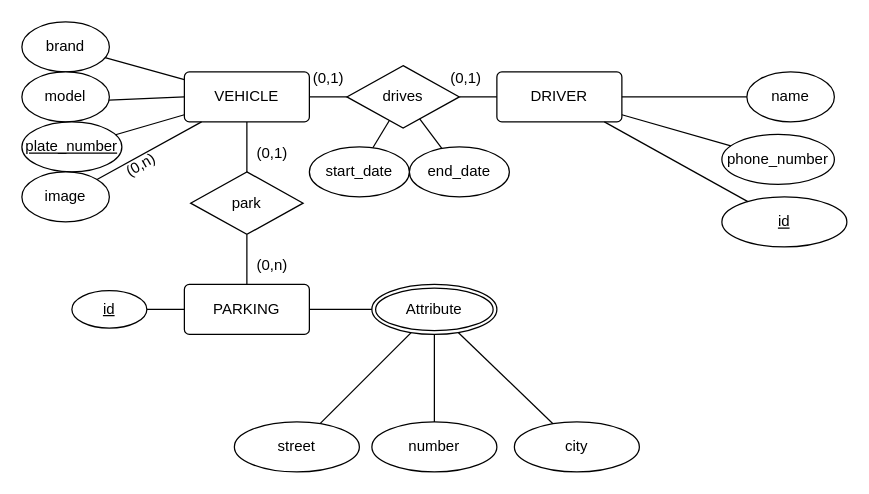
This is misc/ejercicio_2.drawio from GreenyHat/PHPDiwesLab, a draw.io file, before an edit. Source tidied: cells renumbered, new cells numbered last; positions are measured from the earlier drawing's top-left corner, leaving out a move shared by most shapes. Both pictures are drawn from the tidied source at 125%, with x=0, y=0 at pixel (21, 21).
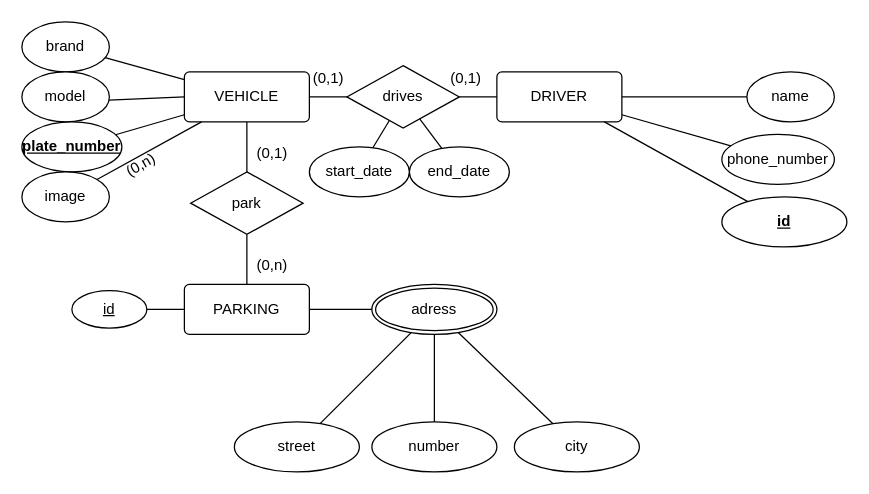
The same page after the edit.

Change to the diagram source:
```diff
@@
-    <mxCell id="7" value="&lt;u&gt;plate_number&lt;/u&gt;" style="ellipse;whiteSpace=wrap;html=1;align=center;" parent="1" vertex="1">
+    <mxCell id="7" value="&lt;u&gt;&lt;b&gt;plate_number&lt;/b&gt;&lt;/u&gt;" style="ellipse;whiteSpace=wrap;html=1;align=center;" parent="1" vertex="1">
       <mxGeometry y="80" width="80" height="40" as="geometry" />
     </mxCell>
@@
-    <mxCell id="23" value="id" style="ellipse;whiteSpace=wrap;html=1;align=center;fontStyle=4;" parent="1" vertex="1">
+    <mxCell id="23" value="&lt;b&gt;id&lt;/b&gt;" style="ellipse;whiteSpace=wrap;html=1;align=center;fontStyle=4;" parent="1" vertex="1">
       <mxGeometry x="560" y="140" width="100" height="40" as="geometry" />
     </mxCell>
@@
-    <mxCell id="30" value="Attribute" style="ellipse;shape=doubleEllipse;margin=3;whiteSpace=wrap;html=1;align=center;" parent="1" vertex="1">
+    <mxCell id="30" value="adress" style="ellipse;shape=doubleEllipse;margin=3;whiteSpace=wrap;html=1;align=center;" parent="1" vertex="1">
       <mxGeometry x="280" y="210" width="100" height="40" as="geometry" />
     </mxCell>
```
